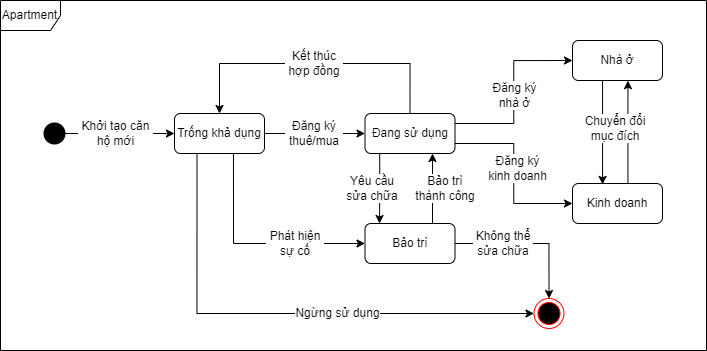
hungbuile04/project-it3120 keeps this draw.io diagram as State Machine Diagram/apartment-state-machine.drawio.png. Above is the earlier version. Source tidied: cells renumbered, new cells last; positions are measured from the earlier drawing's top-left corner, leaving out a move shared by most shapes.
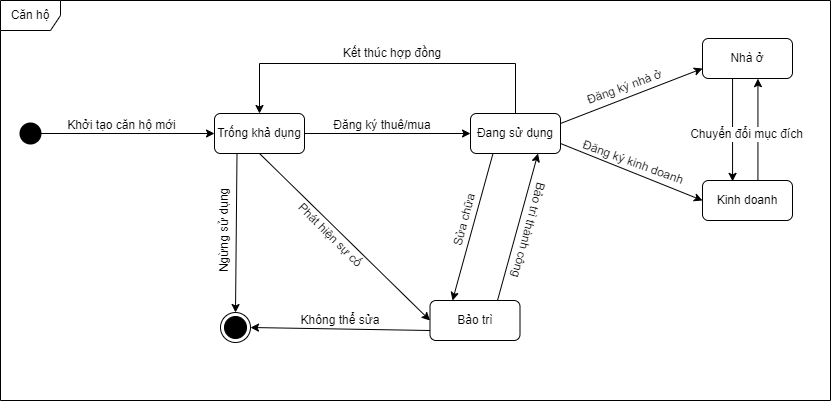
After the commit.

Commit message:
IT3120-3 Update Apartment state machine diagram

Diff of the diagram source:
```diff
@@ -6,105 +6,101 @@
       <mxGeometry relative="1" as="geometry" />
     </mxCell>
     <mxCell id="3" style="strokeWidth=2;html=1;shape=mxgraph.flowchart.start_2;whiteSpace=wrap;fillColor=light-dark(#000000,#EDEDED);" parent="1" vertex="1">
-      <mxGeometry x="44" y="123" width="20" height="20" as="geometry" />
+      <mxGeometry x="-20" y="123" width="20" height="20" as="geometry" />
     </mxCell>
-    <mxCell id="4" style="ellipse;html=1;shape=endState;fillColor=#000000;strokeColor=#ff0000;" parent="1" vertex="1">
-      <mxGeometry x="533.5" y="298" width="30" height="30" as="geometry" />
-    </mxCell>
     <mxCell id="5" style="edgeStyle=orthogonalEdgeStyle;rounded=0;jettySize=auto;html=1;exitX=1;exitY=0.5;exitDx=0;exitDy=0;" parent="1" edge="1" source="8" target="20">
       <mxGeometry relative="1" as="geometry" />
     </mxCell>
-    <mxCell id="6" style="edgeStyle=orthogonalEdgeStyle;rounded=0;jettySize=auto;html=1;exitX=0.655;exitY=0.986;exitDx=0;exitDy=0;entryX=0;entryY=0.5;entryDx=0;entryDy=0;exitPerimeter=0;" parent="1" edge="1" source="8" target="11">
-      <mxGeometry relative="1" as="geometry" />
-    </mxCell>
-    <mxCell id="7" style="edgeStyle=orthogonalEdgeStyle;rounded=0;jettySize=auto;html=1;exitX=0.25;exitY=1;exitDx=0;exitDy=0;entryX=0;entryY=0.5;entryDx=0;entryDy=0;" parent="1" edge="1" source="8" target="4">
-      <mxGeometry relative="1" as="geometry">
-        <Array as="points">
-          <mxPoint x="197" y="313" />
-        </Array>
-      </mxGeometry>
-    </mxCell>
     <mxCell id="8" value="Trống khả dụng" style="rounded=1;whiteSpace=wrap;html=1;" parent="1" vertex="1">
       <mxGeometry x="174" y="113" width="90" height="40" as="geometry" />
     </mxCell>
-    <mxCell id="9" style="edgeStyle=orthogonalEdgeStyle;rounded=0;jettySize=auto;html=1;exitX=0.75;exitY=0;exitDx=0;exitDy=0;entryX=0.75;entryY=1;entryDx=0;entryDy=0;" parent="1" edge="1" source="11" target="20">
-      <mxGeometry relative="1" as="geometry" />
-    </mxCell>
-    <mxCell id="10" style="edgeStyle=orthogonalEdgeStyle;rounded=0;jettySize=auto;html=1;exitX=1;exitY=0.5;exitDx=0;exitDy=0;entryX=0.5;entryY=0;entryDx=0;entryDy=0;" parent="1" edge="1" source="11" target="4">
-      <mxGeometry relative="1" as="geometry" />
-    </mxCell>
     <mxCell id="11" value="Bảo trì" style="rounded=1;whiteSpace=wrap;html=1;" parent="1" vertex="1">
-      <mxGeometry x="364.5" y="223" width="90" height="40" as="geometry" />
+      <mxGeometry x="389.5" y="300" width="90" height="40" as="geometry" />
     </mxCell>
     <mxCell id="12" style="edgeStyle=orthogonalEdgeStyle;rounded=0;jettySize=auto;html=1;exitX=0.334;exitY=0.991;exitDx=0;exitDy=0;entryX=0.334;entryY=0.022;entryDx=0;entryDy=0;entryPerimeter=0;exitPerimeter=0;" parent="1" edge="1" source="13" target="15">
       <mxGeometry relative="1" as="geometry" />
     </mxCell>
     <mxCell id="13" value="Nhà ở" style="rounded=1;whiteSpace=wrap;html=1;" parent="1" vertex="1">
-      <mxGeometry x="572" y="40" width="90" height="40" as="geometry" />
+      <mxGeometry x="662" y="38" width="90" height="40" as="geometry" />
     </mxCell>
     <mxCell id="14" style="edgeStyle=orthogonalEdgeStyle;rounded=0;jettySize=auto;html=1;exitX=0.616;exitY=-0.005;exitDx=0;exitDy=0;entryX=0.616;entryY=1.004;entryDx=0;entryDy=0;entryPerimeter=0;exitPerimeter=0;" parent="1" edge="1" source="15" target="13">
       <mxGeometry relative="1" as="geometry" />
     </mxCell>
     <mxCell id="15" value="Kinh doanh" style="rounded=1;whiteSpace=wrap;html=1;" parent="1" vertex="1">
-      <mxGeometry x="572" y="183" width="90" height="40" as="geometry" />
+      <mxGeometry x="662" y="180" width="90" height="40" as="geometry" />
     </mxCell>
-    <mxCell id="16" style="edgeStyle=orthogonalEdgeStyle;rounded=0;jettySize=auto;html=1;exitX=1;exitY=0.25;exitDx=0;exitDy=0;entryX=0;entryY=0.5;entryDx=0;entryDy=0;" parent="1" edge="1" source="20" target="13">
-      <mxGeometry relative="1" as="geometry" />
-    </mxCell>
-    <mxCell id="17" style="edgeStyle=orthogonalEdgeStyle;rounded=0;jettySize=auto;html=1;exitX=1;exitY=0.75;exitDx=0;exitDy=0;entryX=0;entryY=0.5;entryDx=0;entryDy=0;" parent="1" edge="1" source="20" target="15">
-      <mxGeometry relative="1" as="geometry" />
-    </mxCell>
-    <mxCell id="18" style="edgeStyle=orthogonalEdgeStyle;rounded=0;jettySize=auto;html=1;exitX=0.163;exitY=0.945;exitDx=0;exitDy=0;exitPerimeter=0;" parent="1" edge="1" source="20">
-      <mxGeometry relative="1" as="geometry">
-        <mxPoint x="379" y="223" as="targetPoint" />
-      </mxGeometry>
-    </mxCell>
     <mxCell id="19" style="edgeStyle=orthogonalEdgeStyle;rounded=0;jettySize=auto;html=1;exitX=0.5;exitY=0;exitDx=0;exitDy=0;entryX=0.5;entryY=0;entryDx=0;entryDy=0;" parent="1" edge="1" source="20" target="8">
       <mxGeometry relative="1" as="geometry">
         <Array as="points">
-          <mxPoint x="409" y="63" />
+          <mxPoint x="475" y="63" />
           <mxPoint x="219" y="63" />
         </Array>
       </mxGeometry>
     </mxCell>
     <mxCell id="20" value="Đang sử dụng" style="rounded=1;whiteSpace=wrap;html=1;" parent="1" vertex="1">
-      <mxGeometry x="364.5" y="113" width="90" height="40" as="geometry" />
+      <mxGeometry x="430" y="113" width="90" height="40" as="geometry" />
     </mxCell>
     <mxCell id="21" value="Khởi tạo căn hộ mới" style="text;html=1;align=center;verticalAlign=middle;whiteSpace=wrap;rounded=0;shadow=0;glass=0;labelBackgroundColor=default;" parent="1" vertex="1">
-      <mxGeometry x="77" y="118" width="77" height="30" as="geometry" />
+      <mxGeometry x="10" y="110" width="143" height="30" as="geometry" />
     </mxCell>
     <mxCell id="22" value="Đăng ký thuê/mua" style="text;html=1;align=center;verticalAlign=middle;whiteSpace=wrap;rounded=0;shadow=0;glass=0;labelBackgroundColor=default;" parent="1" vertex="1">
-      <mxGeometry x="284" y="118" width="60" height="30" as="geometry" />
+      <mxGeometry x="284" y="110" width="116" height="30" as="geometry" />
     </mxCell>
-    <mxCell id="23" value="Đăng ký nhà ở" style="text;html=1;align=center;verticalAlign=middle;whiteSpace=wrap;rounded=0;shadow=0;glass=0;labelBackgroundColor=default;" parent="1" vertex="1">
-      <mxGeometry x="482" y="80" width="65" height="30" as="geometry" />
+    <mxCell id="23" value="Đăng ký nhà ở" style="text;html=1;align=center;verticalAlign=middle;whiteSpace=wrap;rounded=0;shadow=0;glass=0;labelBackgroundColor=default;rotation=-20;" parent="1" vertex="1">
+      <mxGeometry x="533.5" y="78" width="101" height="18.1" as="geometry" />
     </mxCell>
-    <mxCell id="24" value="Đăng ký kinh doanh" style="text;html=1;align=center;verticalAlign=middle;whiteSpace=wrap;rounded=0;shadow=0;glass=0;labelBackgroundColor=default;" parent="1" vertex="1">
-      <mxGeometry x="482" y="153" width="71.2" height="30" as="geometry" />
+    <mxCell id="24" value="Đăng ký kinh doanh" style="text;html=1;align=center;verticalAlign=middle;whiteSpace=wrap;rounded=0;shadow=0;glass=0;labelBackgroundColor=default;rotation=20;" parent="1" vertex="1">
+      <mxGeometry x="533.5" y="153" width="118" height="18" as="geometry" />
     </mxCell>
-    <mxCell id="25" value="Yêu cầu sửa chữa" style="text;html=1;align=center;verticalAlign=middle;whiteSpace=wrap;rounded=0;shadow=0;glass=0;labelBackgroundColor=default;" parent="1" vertex="1">
-      <mxGeometry x="344" y="173" width="55.5" height="30" as="geometry" />
+    <mxCell id="25" value="Sửa chữa" style="text;html=1;align=center;verticalAlign=middle;whiteSpace=wrap;rounded=0;shadow=0;glass=0;labelBackgroundColor=default;rotation=-75;" parent="1" vertex="1">
+      <mxGeometry x="368" y="211" width="111.5" height="17" as="geometry" />
     </mxCell>
-    <mxCell id="26" value="Phát hiện sự cố" style="text;html=1;align=center;verticalAlign=middle;whiteSpace=wrap;rounded=0;shadow=0;glass=0;labelBackgroundColor=default;" parent="1" vertex="1">
-      <mxGeometry x="265" y="228" width="60" height="30" as="geometry" />
+    <mxCell id="26" value="Phát hiện sự cố" style="text;html=1;align=center;verticalAlign=middle;whiteSpace=wrap;rounded=0;shadow=0;glass=0;labelBackgroundColor=default;rotation=45;" parent="1" vertex="1">
+      <mxGeometry x="240" y="225" width="100" height="20" as="geometry" />
     </mxCell>
     <mxCell id="27" value="Chuyển đổi mục đích" style="text;html=1;align=center;verticalAlign=middle;whiteSpace=wrap;rounded=0;shadow=0;glass=0;labelBackgroundColor=default;" parent="1" vertex="1">
-      <mxGeometry x="578.8" y="113" width="72.2" height="30" as="geometry" />
+      <mxGeometry x="647.4" y="127" width="119.1" height="13" as="geometry" />
     </mxCell>
     <mxCell id="28" value="Kết thúc hợp đồng" style="text;html=1;align=center;verticalAlign=middle;whiteSpace=wrap;rounded=0;shadow=0;glass=0;labelBackgroundColor=default;" parent="1" vertex="1">
-      <mxGeometry x="284" y="48" width="60" height="30" as="geometry" />
+      <mxGeometry x="294" y="38" width="116" height="30" as="geometry" />
     </mxCell>
-    <mxCell id="29" value="Ngừng sử dụng" style="text;html=1;align=center;verticalAlign=middle;whiteSpace=wrap;rounded=0;shadow=0;glass=0;labelBackgroundColor=default;" parent="1" vertex="1">
-      <mxGeometry x="294" y="298" width="87" height="30" as="geometry" />
+    <mxCell id="29" value="Ngừng sử dụng" style="text;html=1;align=center;verticalAlign=middle;whiteSpace=wrap;rounded=0;shadow=0;glass=0;labelBackgroundColor=default;rotation=-90;" parent="1" vertex="1">
+      <mxGeometry x="140" y="220" width="87" height="20" as="geometry" />
     </mxCell>
-    <mxCell id="30" value="Bảo trì thành công" style="text;html=1;align=center;verticalAlign=middle;whiteSpace=wrap;rounded=0;shadow=0;glass=0;labelBackgroundColor=default;" parent="1" vertex="1">
-      <mxGeometry x="414" y="173" width="61.8" height="30" as="geometry" />
+    <mxCell id="30" value="Bảo trì thành công" style="text;html=1;align=center;verticalAlign=middle;whiteSpace=wrap;rounded=0;shadow=0;glass=0;labelBackgroundColor=default;rotation=105;" parent="1" vertex="1">
+      <mxGeometry x="433" y="220" width="110.2" height="20" as="geometry" />
     </mxCell>
-    <mxCell id="31" value="Không thể sửa chữa" style="text;html=1;align=center;verticalAlign=middle;whiteSpace=wrap;rounded=0;shadow=0;glass=0;labelBackgroundColor=default;" parent="1" vertex="1">
-      <mxGeometry x="471.8" y="228" width="61.8" height="30" as="geometry" />
+    <mxCell id="31" value="Không thể sửa" style="text;html=1;align=center;verticalAlign=middle;whiteSpace=wrap;rounded=0;shadow=0;glass=0;labelBackgroundColor=default;" parent="1" vertex="1">
+      <mxGeometry x="240" y="310" width="120" height="20" as="geometry" />
     </mxCell>
-    <mxCell id="32" value="Apartment" style="shape=umlFrame;whiteSpace=wrap;html=1;" parent="1" vertex="1">
-      <mxGeometry width="706" height="350" as="geometry" />
+    <mxCell id="32" value="Căn hộ" style="shape=umlFrame;whiteSpace=wrap;html=1;" parent="1" vertex="1">
+      <mxGeometry x="-40" width="830" height="400" as="geometry" />
     </mxCell>
+    <mxCell id="33" style="ellipse;html=1;shape=endState;fillColor=strokeColor;" parent="1" vertex="1">
+      <mxGeometry x="180" y="312" width="30" height="30" as="geometry" />
+    </mxCell>
+    <mxCell id="34" style="endArrow=classic;html=1;rounded=0;entryX=0;entryY=0.75;entryDx=0;entryDy=0;" parent="1" edge="1" target="13">
+      <mxGeometry relative="1" as="geometry">
+        <mxPoint x="520" y="123" as="sourcePoint" />
+      </mxGeometry>
+    </mxCell>
+    <mxCell id="17" style="endArrow=classic;html=1;rounded=0;exitX=1;exitY=0.75;exitDx=0;exitDy=0;entryX=0;entryY=0.5;entryDx=0;entryDy=0;" parent="1" edge="1" source="20" target="15">
+      <mxGeometry relative="1" as="geometry" />
+    </mxCell>
+    <mxCell id="6" style="endArrow=classic;html=1;rounded=0;exitX=0.5;exitY=1;exitDx=0;exitDy=0;entryX=0;entryY=0.5;entryDx=0;entryDy=0;" parent="1" edge="1" source="8" target="11">
+      <mxGeometry relative="1" as="geometry" />
+    </mxCell>
+    <mxCell id="35" style="endArrow=classic;html=1;rounded=0;exitX=0.25;exitY=1;exitDx=0;exitDy=0;entryX=0.25;entryY=0;entryDx=0;entryDy=0;" parent="1" edge="1" source="20" target="11">
+      <mxGeometry relative="1" as="geometry" />
+    </mxCell>
+    <mxCell id="9" style="endArrow=classic;html=1;rounded=0;exitX=0.75;exitY=0;exitDx=0;exitDy=0;entryX=0.75;entryY=1;entryDx=0;entryDy=0;" parent="1" edge="1" source="11" target="20">
+      <mxGeometry relative="1" as="geometry" />
+    </mxCell>
+    <mxCell id="36" style="endArrow=classic;html=1;rounded=0;exitX=0.25;exitY=1;exitDx=0;exitDy=0;entryX=0.5;entryY=0;entryDx=0;entryDy=0;" parent="1" edge="1" source="8" target="33">
+      <mxGeometry relative="1" as="geometry" />
+    </mxCell>
+    <mxCell id="37" style="endArrow=classic;html=1;rounded=0;exitX=0;exitY=0.75;exitDx=0;exitDy=0;entryX=1;entryY=0.5;entryDx=0;entryDy=0;" parent="1" edge="1" source="11" target="33">
+      <mxGeometry relative="1" as="geometry" />
+    </mxCell>
   </root>
 </mxGraphModel>
```
